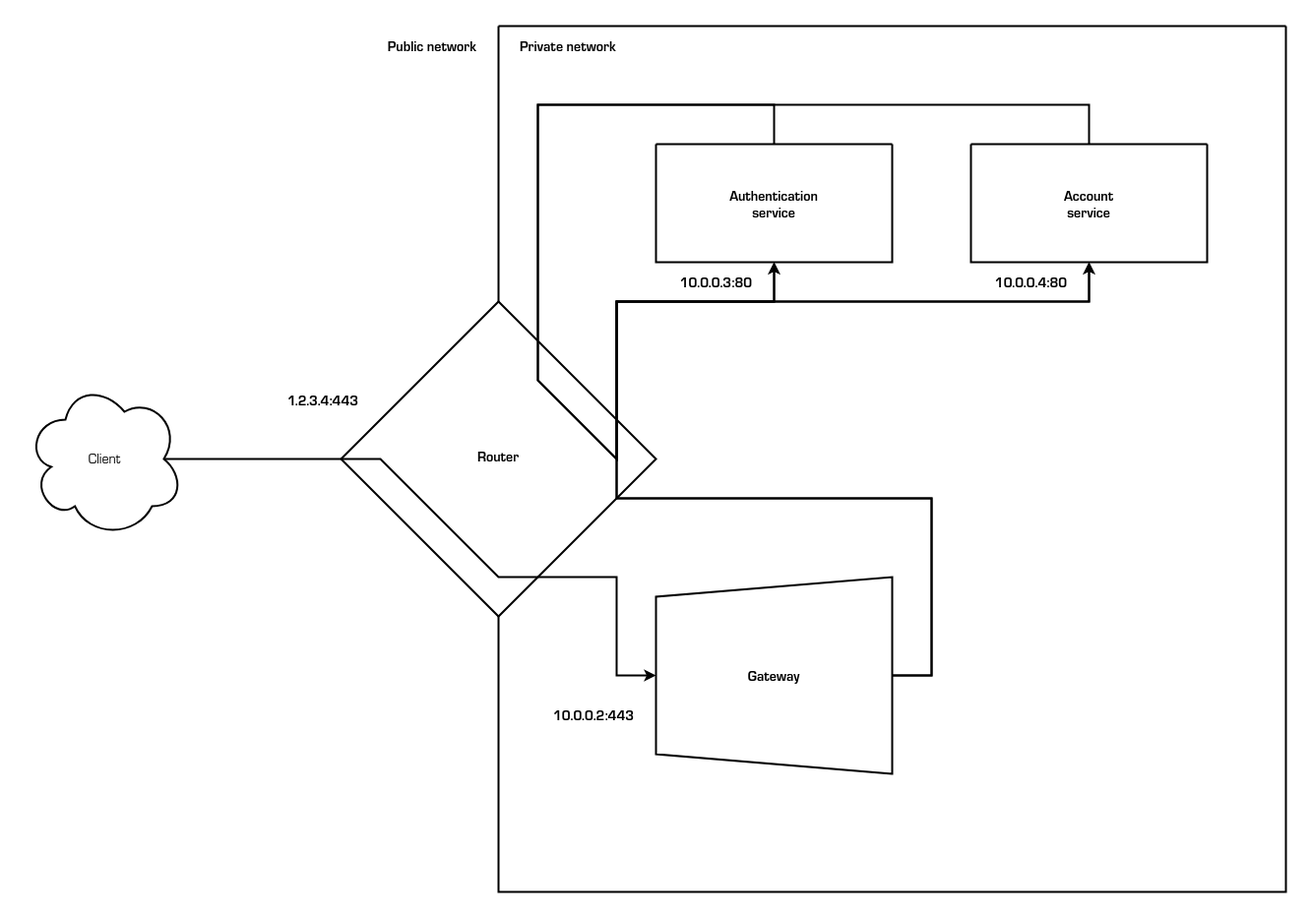
Earlier version of the draw.io export docs/private-network-configuration.png (shinhugh/base). Source tidied: cells renumbered, new cells last; positions are measured from the earlier drawing's top-left corner, leaving out a move shared by most shapes.
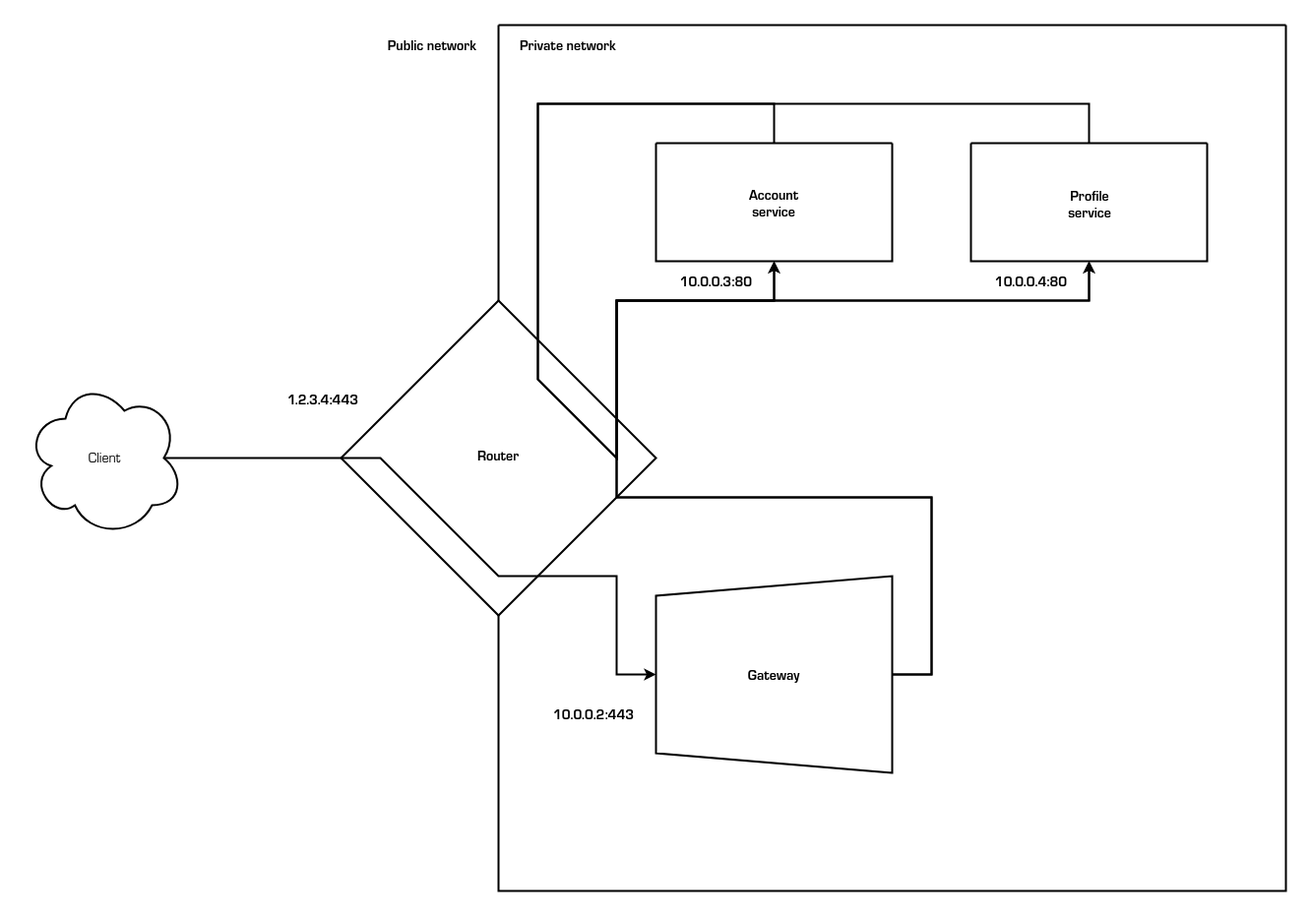
The same file after the commit.

The edit, as a diff of the source:
```diff
@@ -14,7 +14,7 @@
     <mxCell id="5" style="swimlane;startSize=0;strokeWidth=2;" parent="2" vertex="1">
       <mxGeometry x="160" y="120" width="240" height="120" as="geometry" />
     </mxCell>
-    <mxCell id="6" value="Authentication&#10;service" style="text;strokeColor=none;fillColor=none;align=center;verticalAlign=middle;rounded=0;fontSize=14;fontFamily=Lucida Console;fontStyle=1;" parent="5" vertex="1">
+    <mxCell id="6" value="Account&#10;service" style="text;strokeColor=none;fillColor=none;align=center;verticalAlign=middle;rounded=0;fontSize=14;fontFamily=Lucida Console;fontStyle=1;" parent="5" vertex="1">
       <mxGeometry x="60" y="40" width="120" height="40" as="geometry" />
     </mxCell>
     <mxCell id="7" value="10.0.0.3:80" style="text;strokeColor=none;fillColor=none;align=right;verticalAlign=middle;rounded=0;fontSize=14;fontFamily=Lucida Console;fontStyle=1;" parent="2" vertex="1">
@@ -46,8 +46,8 @@
     <mxCell id="13" style="swimlane;startSize=0;strokeWidth=2;" parent="2" vertex="1">
       <mxGeometry x="480" y="120" width="240" height="120" as="geometry" />
     </mxCell>
-    <mxCell id="14" value="Account&#10;service" style="text;strokeColor=none;fillColor=none;align=center;verticalAlign=middle;rounded=0;fontSize=14;fontFamily=Lucida Console;fontStyle=1;" parent="13" vertex="1">
-      <mxGeometry x="60" y="40" width="120" height="40" as="geometry" />
+    <mxCell id="14" value="Profile&#10;service" style="text;strokeColor=none;fillColor=none;align=center;verticalAlign=middle;rounded=0;fontSize=14;fontFamily=Lucida Console;fontStyle=1;" parent="13" vertex="1">
+      <mxGeometry x="61" y="41" width="120" height="40" as="geometry" />
     </mxCell>
     <mxCell id="15" value="10.0.0.4:80" style="text;strokeColor=none;fillColor=none;align=right;verticalAlign=middle;rounded=0;fontSize=14;fontFamily=Lucida Console;fontStyle=1;" parent="2" vertex="1">
       <mxGeometry x="460" y="240" width="120" height="40" as="geometry" />
```
